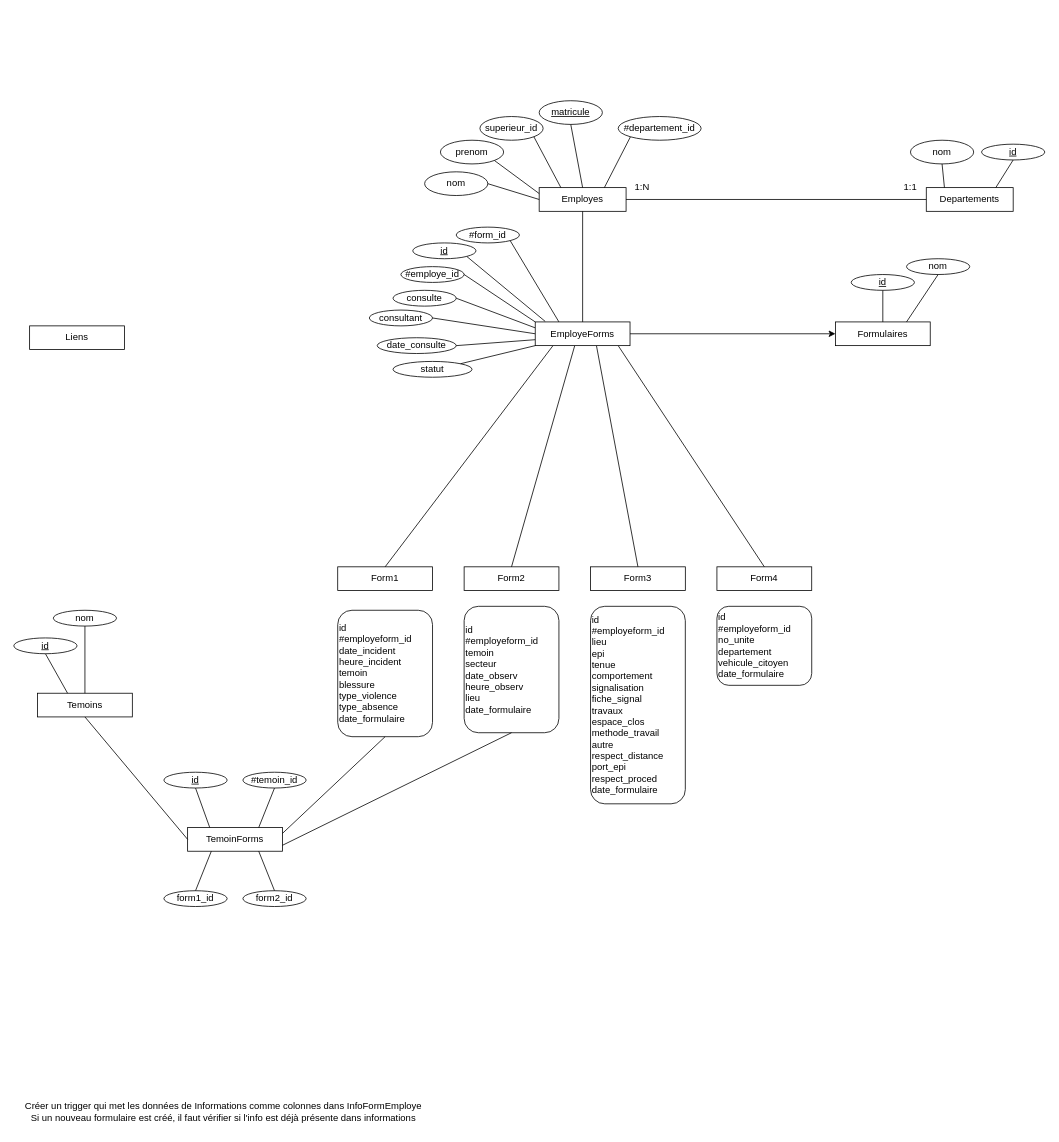
The draw.io diagram Notes/BDD/BDD.drawio in antoineg94/Projet-integration, before the edit. Source tidied: cells renumbered, new cells numbered last; positions are measured from the earlier drawing's top-left corner, leaving out a move shared by most shapes. Both pictures are drawn from the tidied source at 79%, with x=0, y=0 at pixel (13, 100).
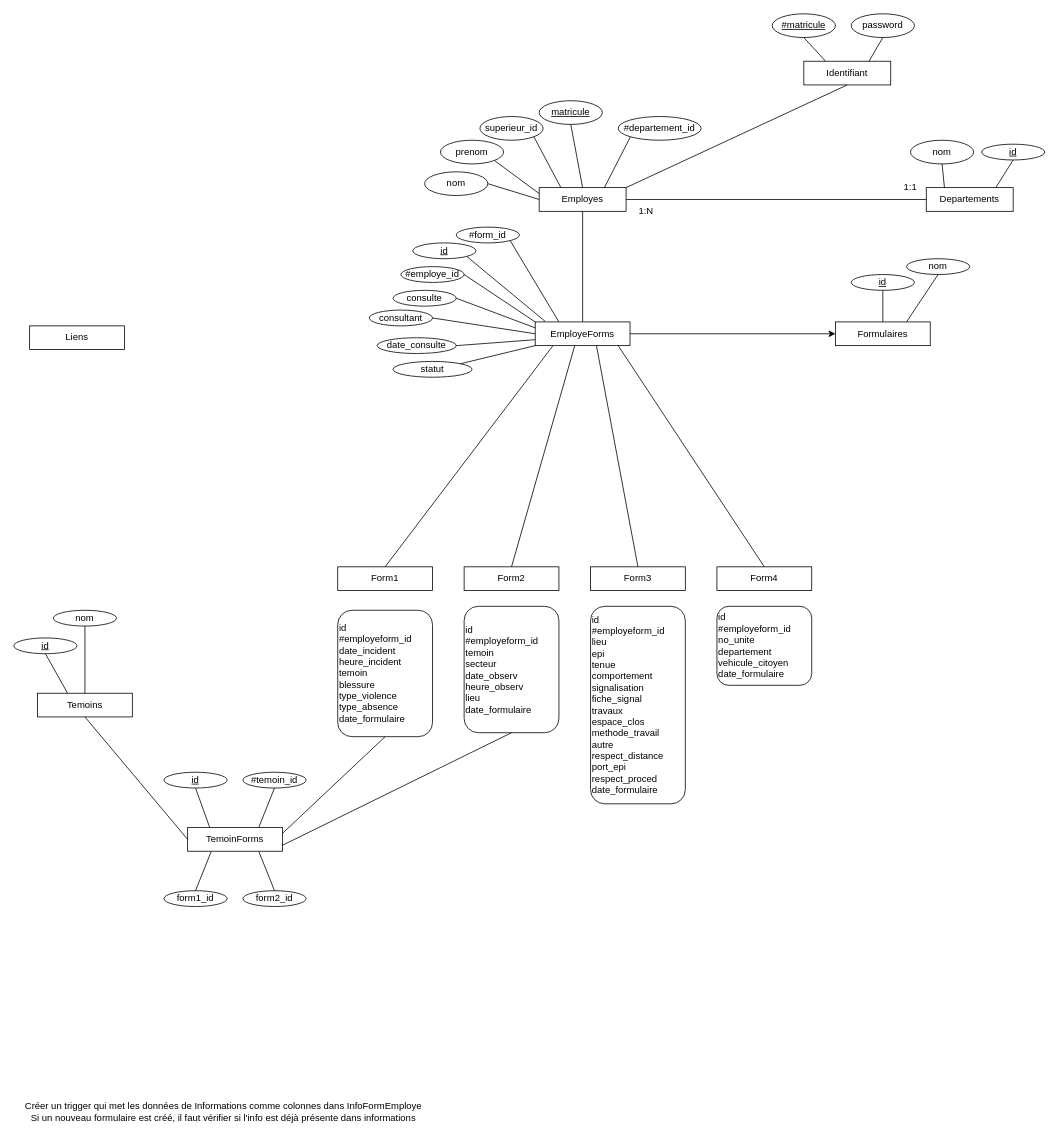
After the change.

Commit message (it also covers changes not shown here):
identifiants seeder, migration, draw.io et modal

Unchanged cells that the change refers to:
```xml
<mxCell id="2" value="Employes" style="rounded=0;whiteSpace=wrap;html=1;" parent="1" vertex="1">
  <mxGeometry x="665" y="110" width="110" height="30" as="geometry" />
</mxCell>
```

Change to the diagram source:
```diff
@@
     <mxCell id="41" value="1:N" style="text;html=1;align=center;verticalAlign=middle;strokeColor=none;fillColor=none;" parent="1" vertex="1">
-      <mxGeometry x="775" y="95" width="40" height="30" as="geometry" />
+      <mxGeometry x="780" y="125" width="40" height="30" as="geometry" />
     </mxCell>
@@
+    <mxCell id="74" value="Identifiant" style="rounded=0;whiteSpace=wrap;html=1;" parent="1" vertex="1">
+      <mxGeometry x="1000" y="-50" width="110" height="30" as="geometry" />
+    </mxCell>
+    <mxCell id="75" value="&lt;u&gt;#matricule&lt;/u&gt;" style="ellipse;whiteSpace=wrap;html=1;" parent="1" vertex="1">
+      <mxGeometry x="960" y="-110" width="80" height="30" as="geometry" />
+    </mxCell>
+    <mxCell id="76" value="password" style="ellipse;whiteSpace=wrap;html=1;" parent="1" vertex="1">
+      <mxGeometry x="1060" y="-110" width="80" height="30" as="geometry" />
+    </mxCell>
+    <mxCell id="77" style="endArrow=none;html=1;rounded=0;entryX=0.5;entryY=1;entryDx=0;entryDy=0;exitX=0.25;exitY=0;exitDx=0;exitDy=0;" parent="1" edge="1" source="74" target="75">
+      <mxGeometry relative="1" as="geometry" />
+    </mxCell>
+    <mxCell id="78" style="endArrow=none;html=1;rounded=0;entryX=0.5;entryY=1;entryDx=0;entryDy=0;exitX=0.75;exitY=0;exitDx=0;exitDy=0;" parent="1" edge="1" source="74" target="76">
+      <mxGeometry relative="1" as="geometry" />
+    </mxCell>
+    <mxCell id="79" style="endArrow=none;html=1;rounded=0;entryX=0.5;entryY=1;entryDx=0;entryDy=0;exitX=1;exitY=0;exitDx=0;exitDy=0;" parent="1" edge="1" source="2" target="74">
+      <mxGeometry relative="1" as="geometry" />
+    </mxCell>
```
